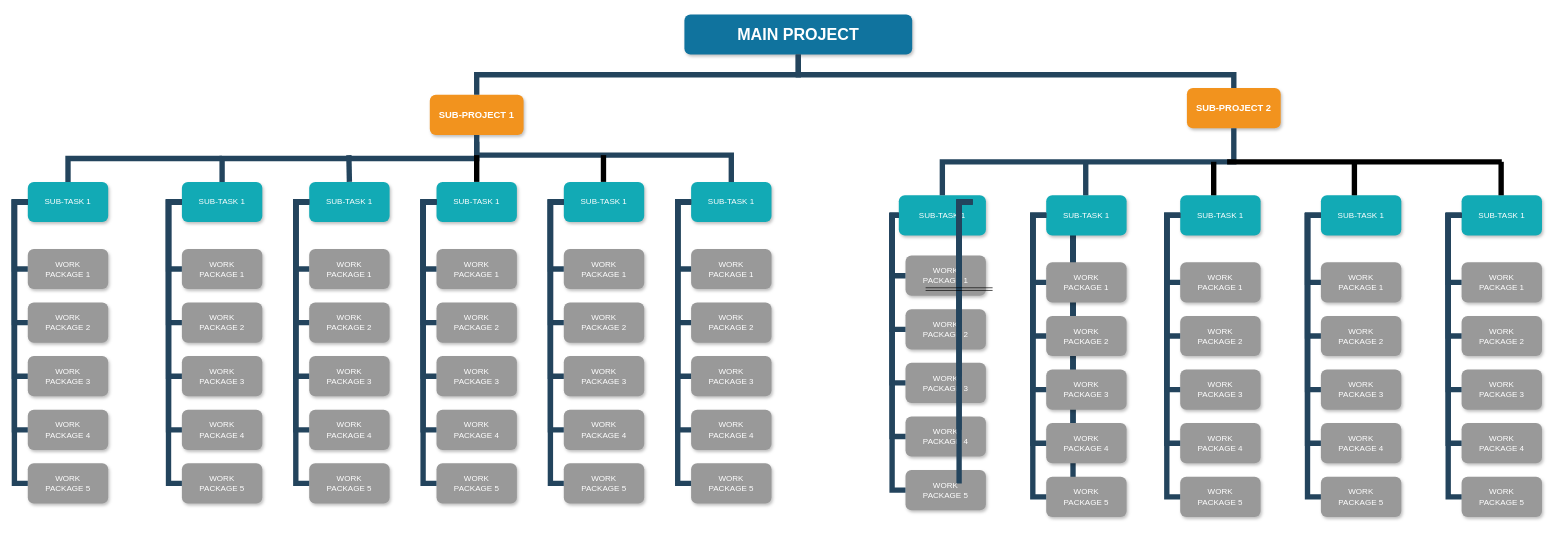
Before: Untitled Diagram.drawio in Hiepnh1211/Login_GUI_-DB, a draw.io diagram. Source tidied: cells renumbered, new cells numbered last; positions are measured from the earlier drawing's top-left corner, leaving out a move shared by most shapes. Both pictures are drawn from the tidied source at 67%, with x=0, y=0 at pixel (14, 14).
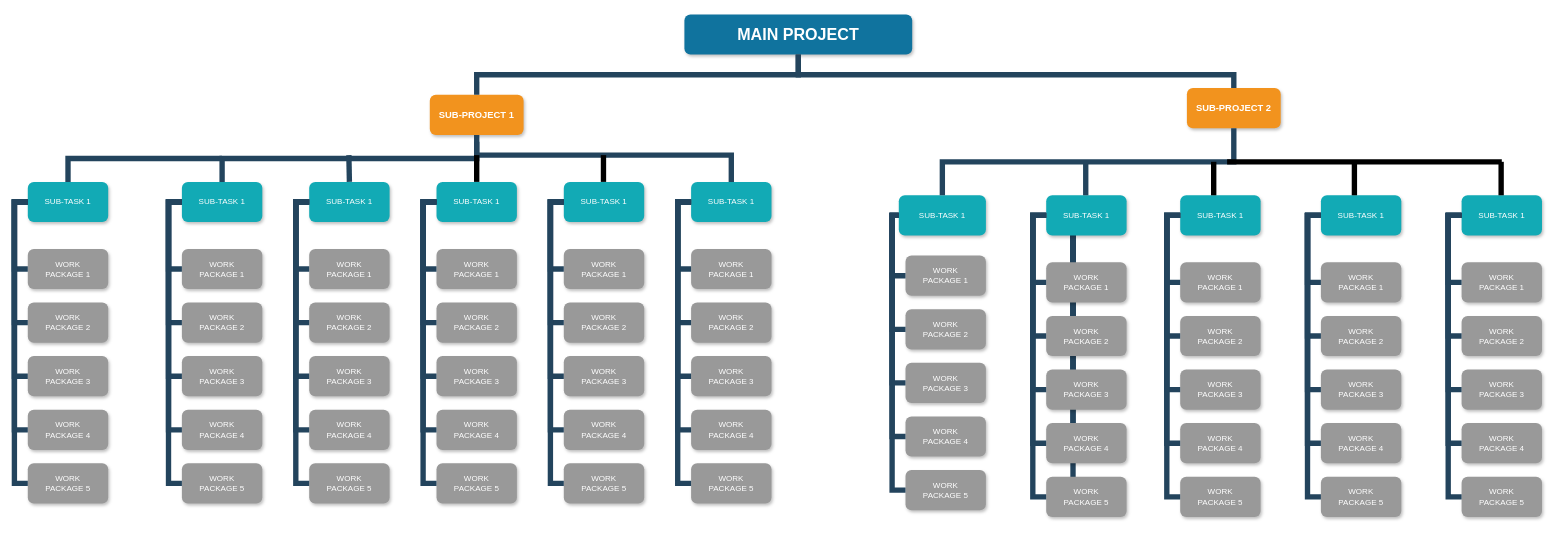
The same diagram, later.

Change to the diagram source:
```diff
@@
-    <mxCell id="29" style="edgeStyle=elbowEdgeStyle;elbow=horizontal;rounded=0;fontColor=#000000;endArrow=none;endFill=0;strokeWidth=8;strokeColor=#23445D;" parent="1" edge="1">
-      <mxGeometry relative="1" as="geometry">
-        <mxPoint x="1430" y="280" as="sourcePoint" />
-        <mxPoint x="1410" y="380" as="targetPoint" />
-        <Array as="points">
-          <mxPoint x="1410" y="330" />
-        </Array>
-      </mxGeometry>
-    </mxCell>
-    <mxCell id="30" style="edgeStyle=elbowEdgeStyle;elbow=horizontal;rounded=0;fontColor=#000000;endArrow=none;endFill=0;strokeWidth=8;strokeColor=#23445D;" parent="1" edge="1">
-      <mxGeometry relative="1" as="geometry">
-        <mxPoint x="1430" y="280" as="sourcePoint" />
-        <mxPoint x="1410" y="460" as="targetPoint" />
-        <Array as="points">
-          <mxPoint x="1410" y="370" />
-        </Array>
-      </mxGeometry>
-    </mxCell>
-    <mxCell id="31" style="edgeStyle=elbowEdgeStyle;elbow=horizontal;rounded=0;fontColor=#000000;endArrow=none;endFill=0;strokeWidth=8;strokeColor=#23445D;" parent="1" edge="1">
-      <mxGeometry relative="1" as="geometry">
-        <mxPoint x="1430" y="280" as="sourcePoint" />
-        <mxPoint x="1410" y="700" as="targetPoint" />
-        <Array as="points">
-          <mxPoint x="1410" y="490" />
-        </Array>
-      </mxGeometry>
-    </mxCell>
-    <mxCell id="32" style="edgeStyle=elbowEdgeStyle;elbow=horizontal;rounded=0;fontColor=#000000;endArrow=none;endFill=0;strokeWidth=8;strokeColor=#23445D;" parent="1" edge="1">
-      <mxGeometry relative="1" as="geometry">
-        <mxPoint x="1430" y="280" as="sourcePoint" />
-        <mxPoint x="1410" y="620" as="targetPoint" />
-        <Array as="points">
-          <mxPoint x="1410" y="450" />
-        </Array>
-      </mxGeometry>
-    </mxCell>
-    <mxCell id="33" style="edgeStyle=elbowEdgeStyle;elbow=horizontal;rounded=0;fontColor=#000000;endArrow=none;endFill=0;strokeWidth=8;strokeColor=#23445D;" parent="1" edge="1">
-      <mxGeometry relative="1" as="geometry">
-        <mxPoint x="1430" y="280" as="sourcePoint" />
-        <mxPoint x="1410" y="540" as="targetPoint" />
-        <Array as="points">
-          <mxPoint x="1410" y="420" />
-        </Array>
-      </mxGeometry>
-    </mxCell>
@@
-    <mxCell id="129" style="shape=link;html=1;rounded=0;" parent="1" edge="1">
-      <mxGeometry relative="1" as="geometry">
-        <mxPoint x="1360" y="410" as="sourcePoint" />
-        <mxPoint x="1460" y="410" as="targetPoint" />
-      </mxGeometry>
-    </mxCell>
```
